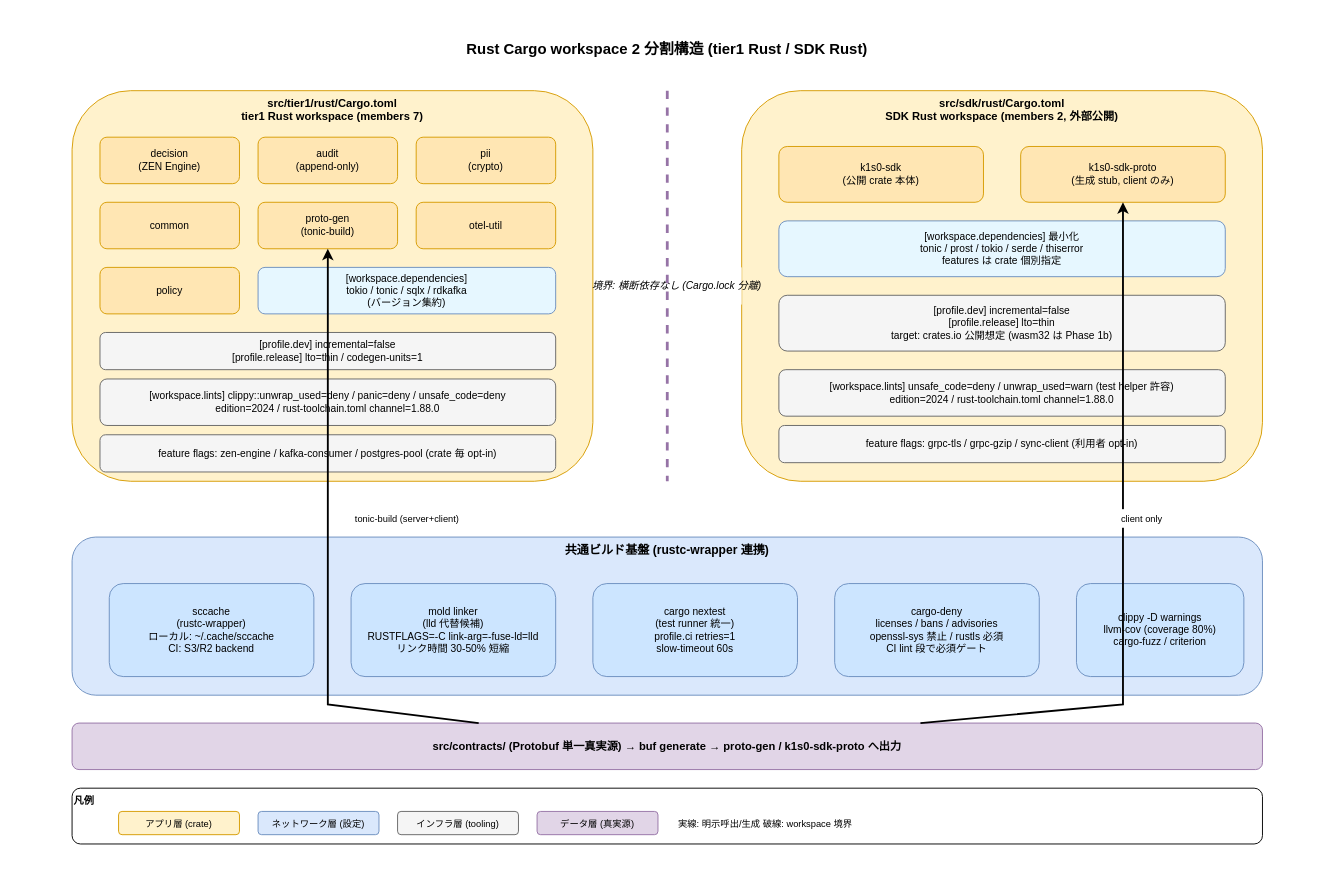
Above: docs/05_実装/10_ビルド設計/10_Rust_Cargo_workspace/img/10_Rust_Cargo_workspace構造.drawio in RyuheiKiso/k1s0 (draw.io), before the change. Source tidied: cells renumbered, new cells numbered last; positions are measured from the earlier drawing's top-left corner, leaving out a move shared by most shapes. Both pictures are drawn from the tidied source at 93%, with x=0, y=0 at pixel (16, 16).
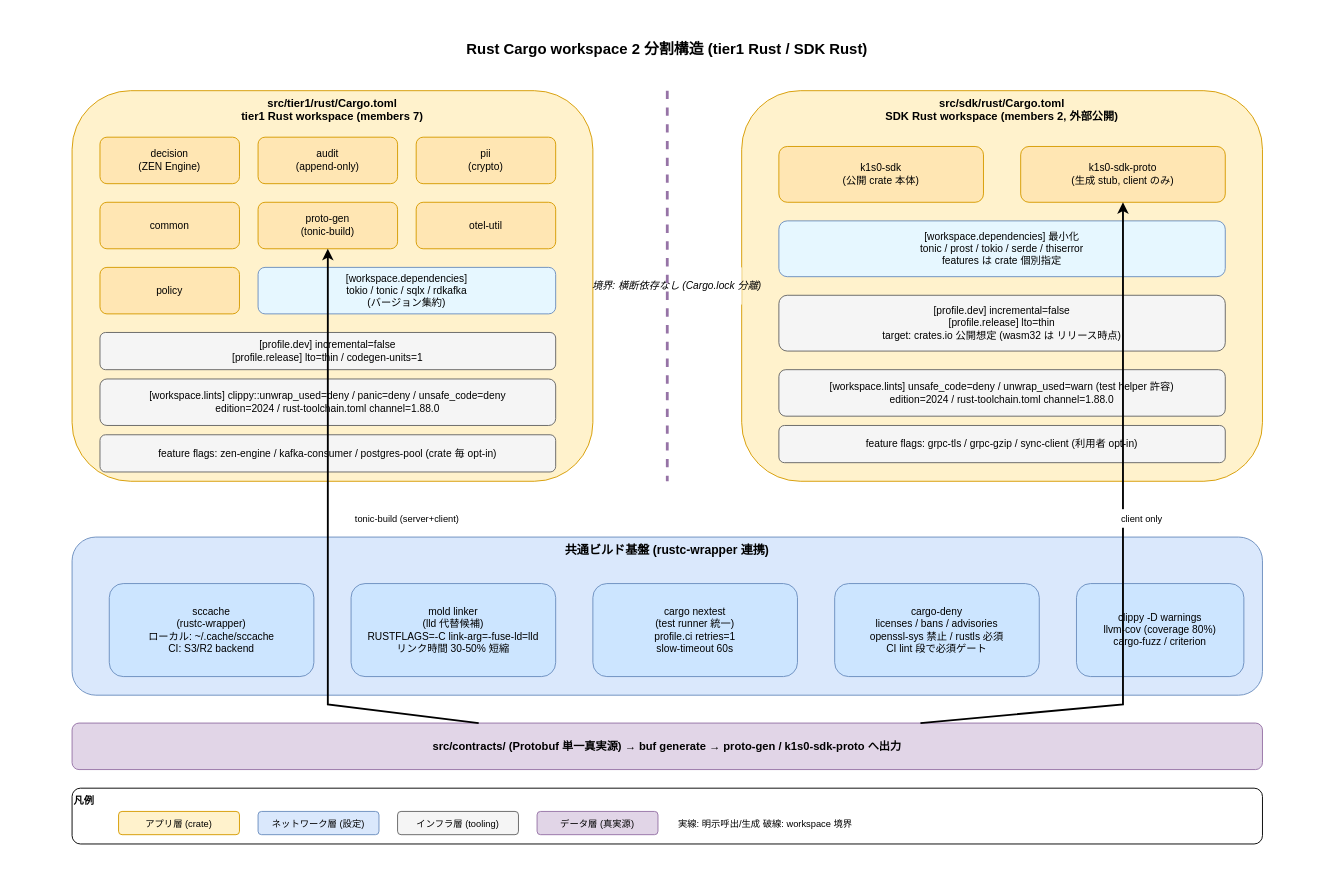
After the change.

Change to the diagram source:
```diff
@@
-    <mxCell id="20" value="[profile.dev] incremental=false&#10;[profile.release] lto=thin&#10;target: crates.io 公開想定 (wasm32 は Phase 1b)" style="rounded=1;whiteSpace=wrap;html=1;fillColor=#f5f5f5;strokeColor=#666666;fontSize=11;" parent="1" vertex="1">
+    <mxCell id="20" value="[profile.dev] incremental=false&#10;[profile.release] lto=thin&#10;target: crates.io 公開想定 (wasm32 は リリース時点)" style="rounded=1;whiteSpace=wrap;html=1;fillColor=#f5f5f5;strokeColor=#666666;fontSize=11;" parent="1" vertex="1">
       <mxGeometry x="820" y="300" width="480" height="60" as="geometry" />
     </mxCell>
```
